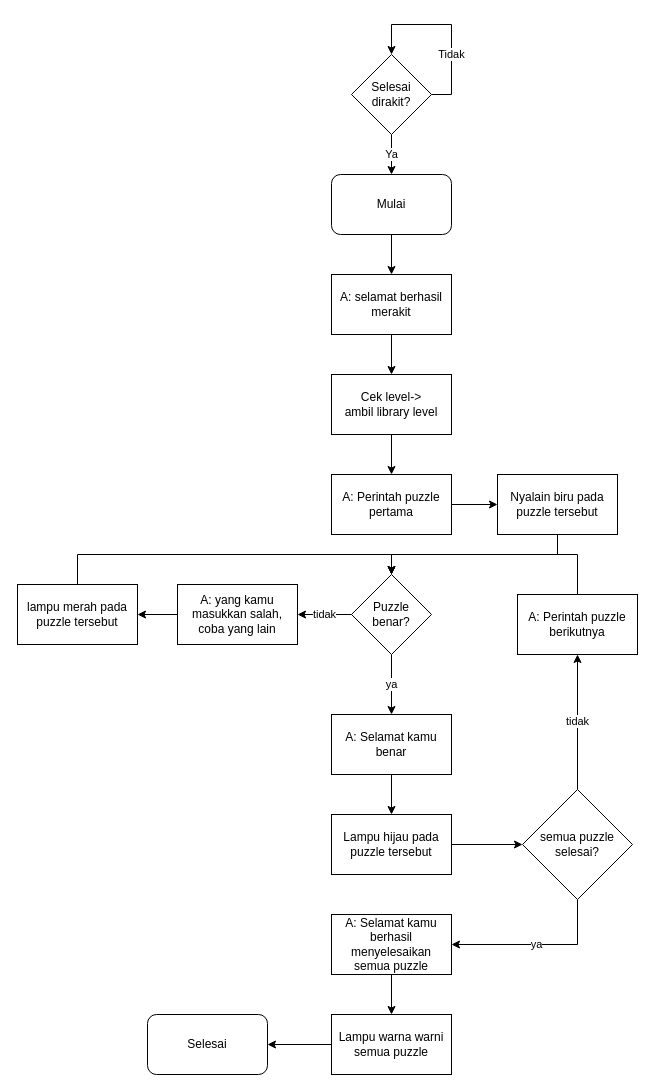
Above: page "pilih level" (1 of 2) of docs/flowchart_smart_puzzle.drawio in ahmadaziz6720/smart_puzzle (draw.io), before the change. Source tidied: cells renumbered, new cells numbered last; positions are measured from the earlier drawing's top-left corner, leaving out a move shared by most shapes. Both pictures are drawn from the tidied source at 100%, with x=0, y=0 at pixel (17, 24).
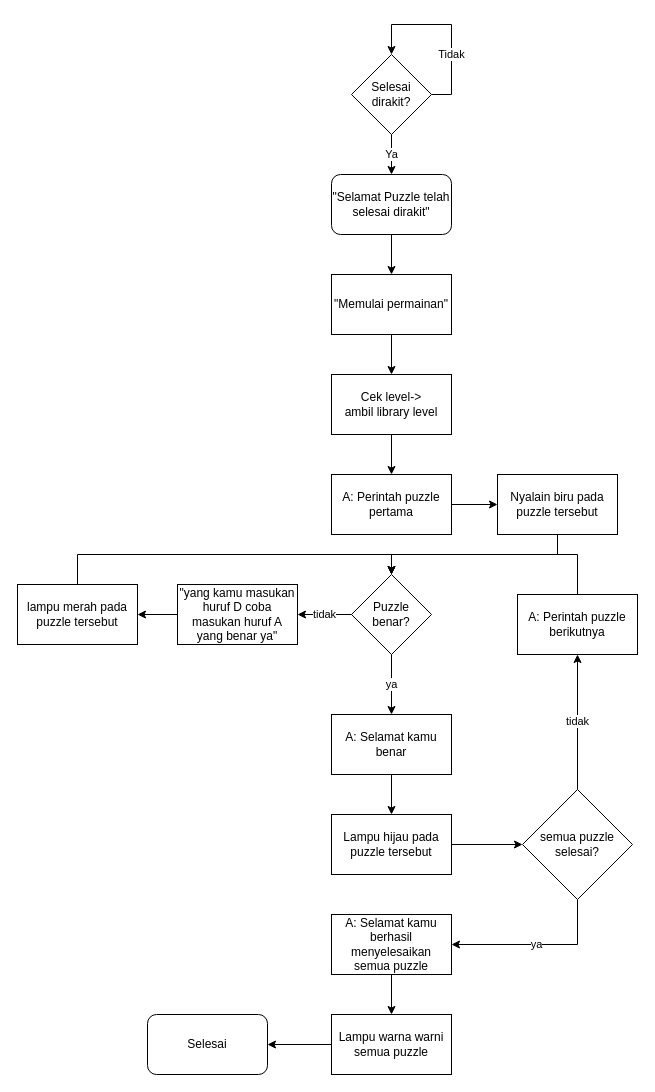
The same diagram, later.

Change to the diagram source:
```diff
@@
-    <mxCell id="3" value="Mulai" style="rounded=1;whiteSpace=wrap;html=1;" parent="1" vertex="1">
+    <mxCell id="3" value="&quot;Selamat Puzzle telah selesai dirakit&quot;" style="rounded=1;whiteSpace=wrap;html=1;" parent="1" vertex="1">
       <mxGeometry x="314" y="150" width="120" height="60" as="geometry" />
     </mxCell>
@@
-    <mxCell id="8" value="A: selamat berhasil merakit" style="rounded=0;whiteSpace=wrap;html=1;" parent="1" vertex="1">
+    <mxCell id="8" value="&quot;Memulai permainan&quot;" style="rounded=0;whiteSpace=wrap;html=1;" parent="1" vertex="1">
       <mxGeometry x="314" y="250" width="120" height="60" as="geometry" />
     </mxCell>
@@
-    <mxCell id="18" value="A: yang kamu masukkan salah, coba yang lain" style="rounded=0;whiteSpace=wrap;html=1;" parent="1" vertex="1">
+    <mxCell id="18" value="&quot;yang kamu masukan huruf D coba masukan huruf A yang benar ya&quot;" style="rounded=0;whiteSpace=wrap;html=1;" parent="1" vertex="1">
       <mxGeometry x="160" y="560" width="120" height="60" as="geometry" />
     </mxCell>
```
